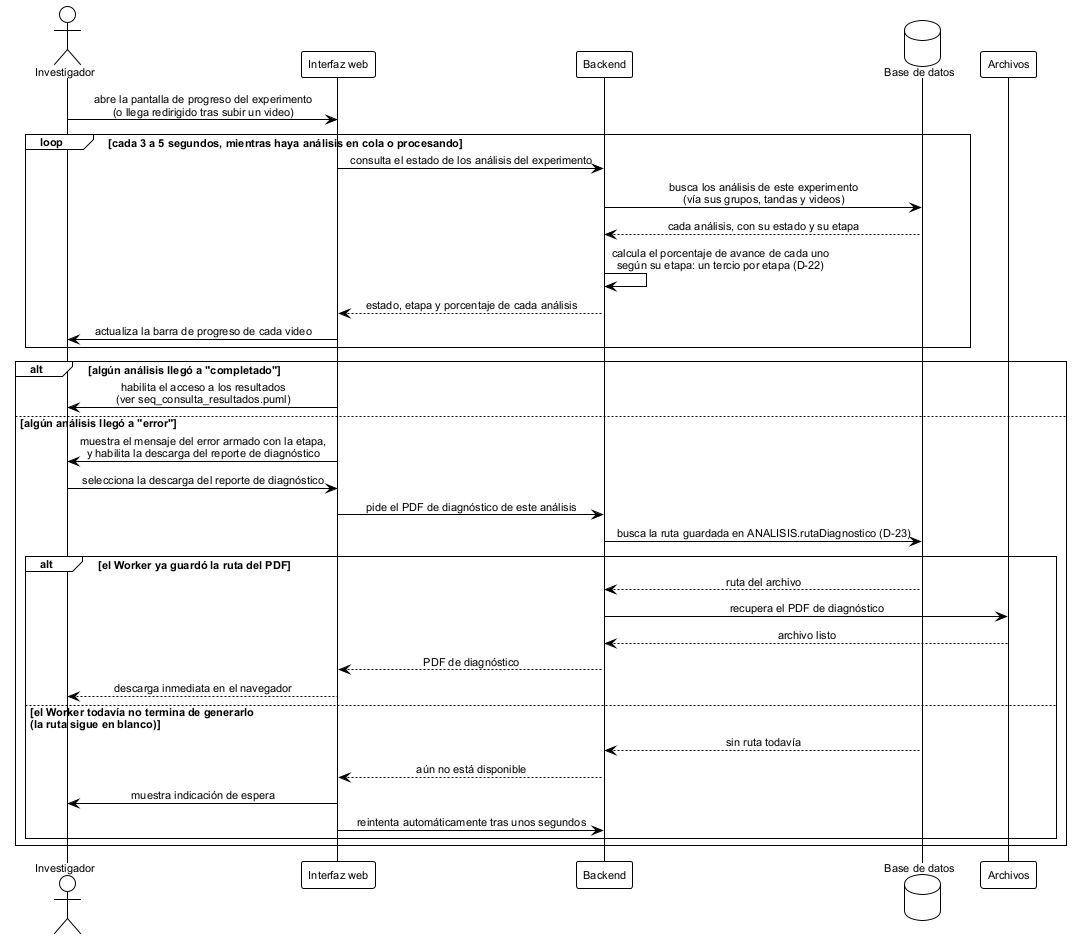
The PlantUML diagram figures/mermaid/seq_consulta_progreso.png in ErickJester/fst-ai-system-latex, before a commit. Its diagram source:
```plantuml
@startuml seq_consulta_progreso

!theme plain
skinparam defaultFontName Arial
skinparam defaultFontSize 11
skinparam shadowing false
skinparam sequenceMessageAlign center
skinparam BoxPadding 10

actor Investigador as inv
participant "Interfaz web" as ui
participant Backend as api
database "Base de datos" as db
participant "Archivos" as fs

inv -> ui: abre la pantalla de progreso del experimento\n(o llega redirigido tras subir un video)

loop cada 3 a 5 segundos, mientras haya análisis en cola o procesando
  ui -> api: consulta el estado de los análisis del experimento
  api -> db: busca los análisis de este experimento\n(vía sus grupos, tandas y videos)
  db --> api: cada análisis, con su estado y su etapa
  api -> api: calcula el porcentaje de avance de cada uno\nsegún su etapa: un tercio por etapa (D-22)
  api --> ui: estado, etapa y porcentaje de cada análisis
  ui -> inv: actualiza la barra de progreso de cada video
end

alt algún análisis llegó a "completado"
  ui -> inv: habilita el acceso a los resultados\n(ver seq_consulta_resultados.puml)
else algún análisis llegó a "error"
  ui -> inv: muestra el mensaje del error armado con la etapa,\ny habilita la descarga del reporte de diagnóstico

  inv -> ui: selecciona la descarga del reporte de diagnóstico
  ui -> api: pide el PDF de diagnóstico de este análisis
  api -> db: busca la ruta guardada en ANALISIS.rutaDiagnostico (D-23)

  alt el Worker ya guardó la ruta del PDF
    db --> api: ruta del archivo
    api -> fs: recupera el PDF de diagnóstico
    fs --> api: archivo listo
    api --> ui: PDF de diagnóstico
    ui --> inv: descarga inmediata en el navegador
  else el Worker todavía no termina de generarlo\n(la ruta sigue en blanco)
    db --> api: sin ruta todavía
    api --> ui: aún no está disponible
    ui -> inv: muestra indicación de espera
    ui -> api: reintenta automáticamente tras unos segundos
  end
end

@enduml
```
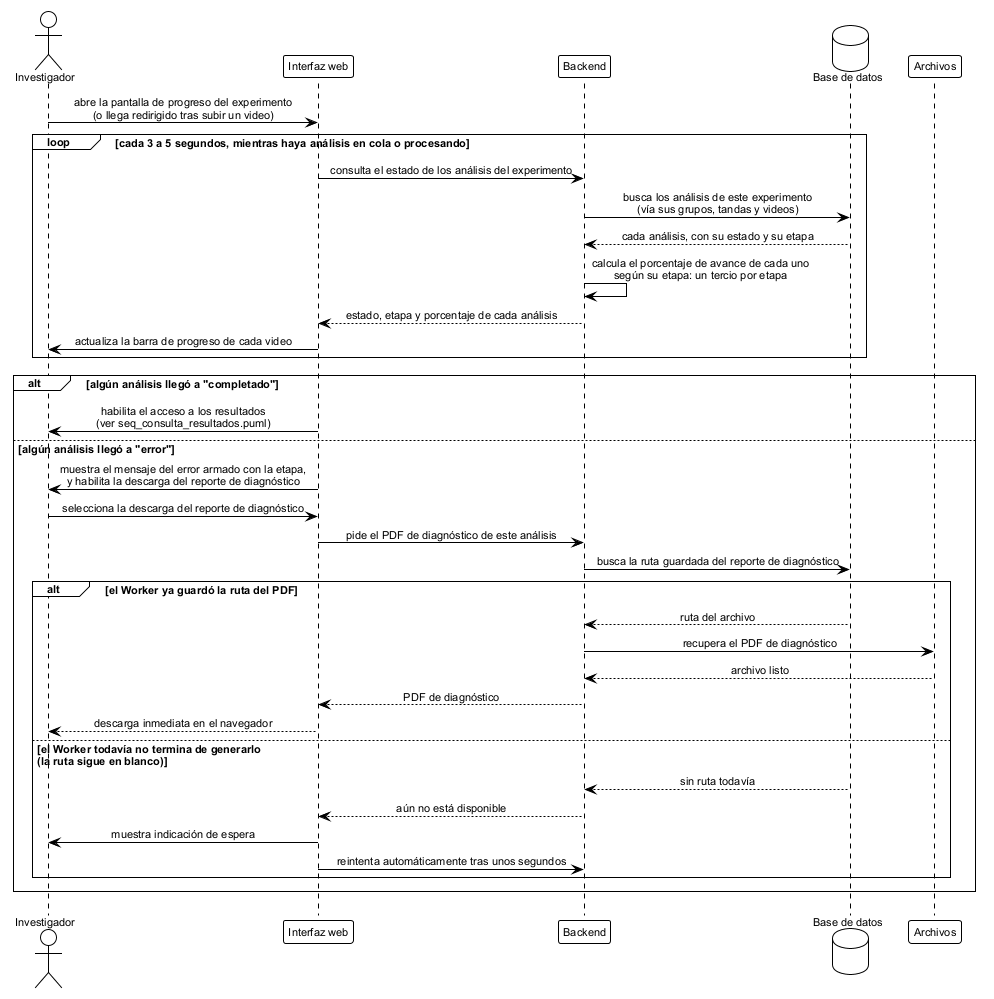
After the change.

What changed in the source:
```diff
@@ -19,7 +19,7 @@
   ui -> api: consulta el estado de los análisis del experimento
   api -> db: busca los análisis de este experimento\n(vía sus grupos, tandas y videos)
   db --> api: cada análisis, con su estado y su etapa
-  api -> api: calcula el porcentaje de avance de cada uno\nsegún su etapa: un tercio por etapa (D-22)
+  api -> api: calcula el porcentaje de avance de cada uno\nsegún su etapa: un tercio por etapa
   api --> ui: estado, etapa y porcentaje de cada análisis
   ui -> inv: actualiza la barra de progreso de cada video
 end
@@ -31,7 +31,7 @@
 
   inv -> ui: selecciona la descarga del reporte de diagnóstico
   ui -> api: pide el PDF de diagnóstico de este análisis
-  api -> db: busca la ruta guardada en ANALISIS.rutaDiagnostico (D-23)
+  api -> db: busca la ruta guardada del reporte de diagnóstico
 
   alt el Worker ya guardó la ruta del PDF
     db --> api: ruta del archivo
```
